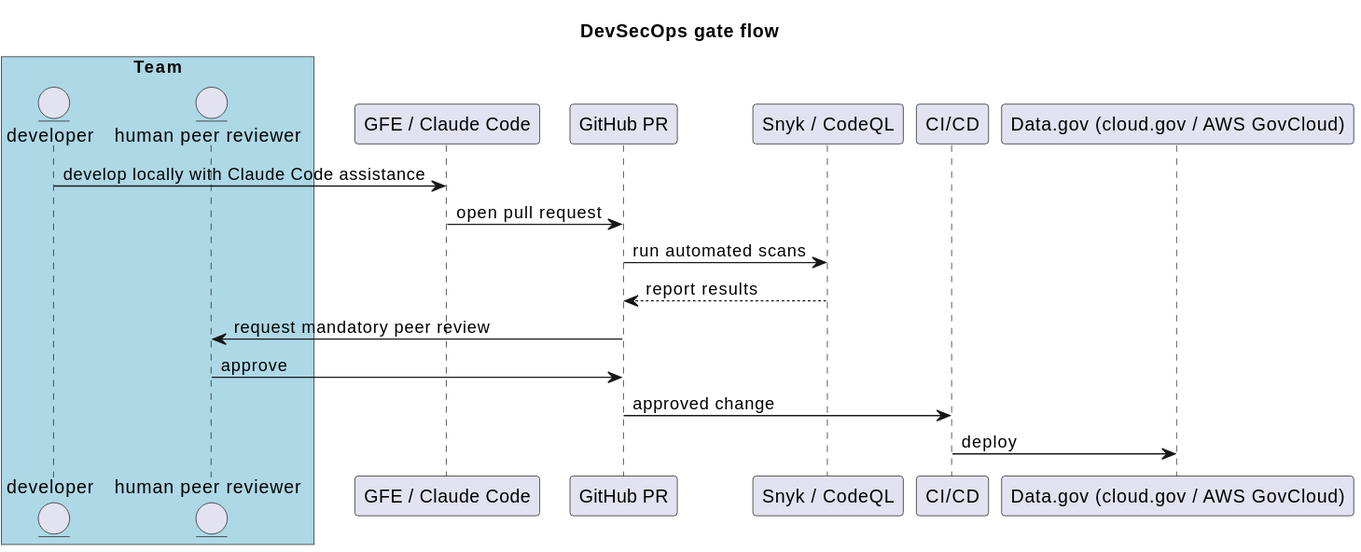
Earlier version of the PlantUML export out/generic/developer-ai-data-flow/developer-ai-deployment-gate.svg (GSA/datagov-compliance). The source it was exported from:
```plantuml
@startuml
title DevSecOps gate flow
box "Team" #LightBlue
    entity "developer" as dev
    entity "human peer reviewer" as reviewer
end box
participant "GFE / Claude Code" as gfe
participant "GitHub PR" as pr
participant "Snyk / CodeQL" as scans
participant "CI/CD" as cicd
participant "Data.gov (cloud.gov / AWS GovCloud)" as datagov

dev -> gfe : develop locally with Claude Code assistance
gfe -> pr : open pull request
pr -> scans : run automated scans
scans --> pr : report results
pr -> reviewer : request mandatory peer review
reviewer -> pr : approve
pr -> cicd : approved change
cicd -> datagov : deploy
@enduml
```
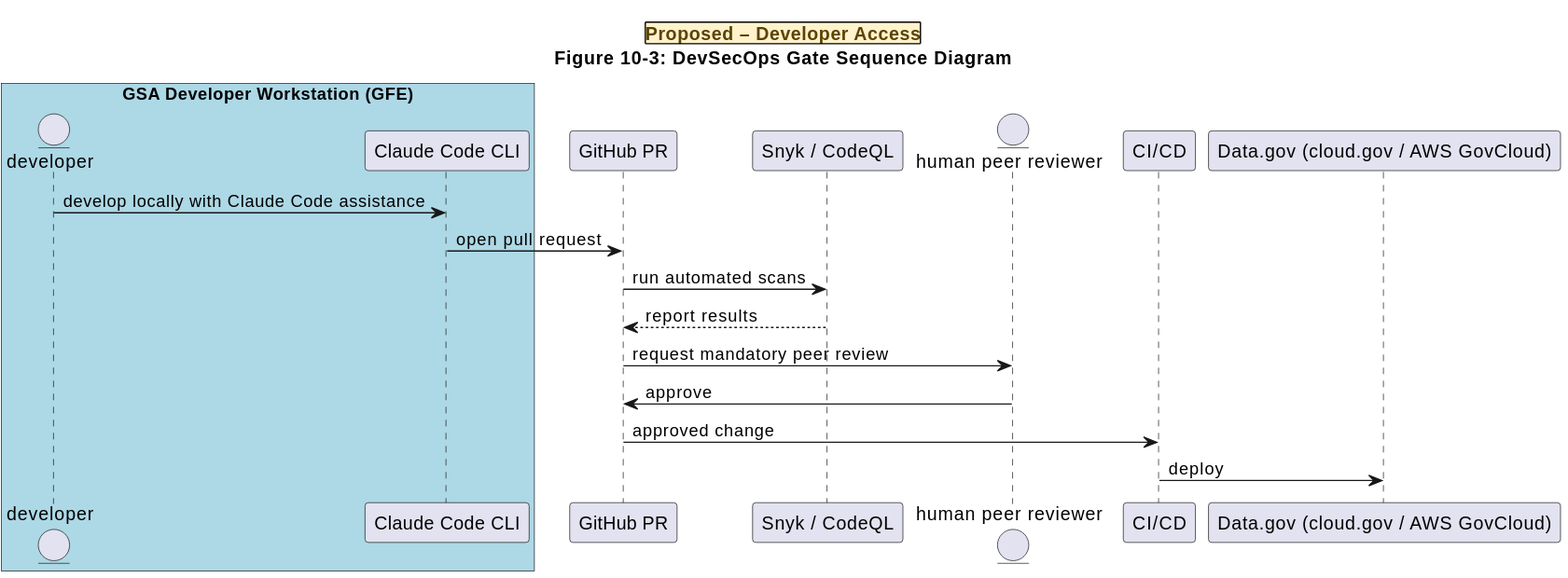
The same diagram one commit later.

The edit, as a diff of the source:
```diff
@@ -1,12 +1,15 @@
 @startuml
-title DevSecOps gate flow
-box "Team" #LightBlue
+title
+|<#FFF2CC><color:#5B4300><b>Proposed &#8211; Developer Access</b></color>|
+Figure 10-3: DevSecOps Gate Sequence Diagram
+end title
+box "GSA Developer Workstation (GFE)" #LightBlue
     entity "developer" as dev
-    entity "human peer reviewer" as reviewer
+    participant "Claude Code CLI" as gfe
 end box
-participant "GFE / Claude Code" as gfe
 participant "GitHub PR" as pr
 participant "Snyk / CodeQL" as scans
+entity "human peer reviewer" as reviewer
 participant "CI/CD" as cicd
 participant "Data.gov (cloud.gov / AWS GovCloud)" as datagov
 
```
